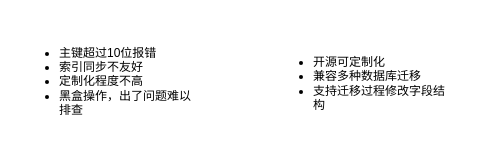
easyhaloo/config keeps this draw.io diagram as diff.drawio. Above is the earlier version. Source tidied: cells renumbered, new cells numbered last; positions are measured from the earlier drawing's top-left corner, leaving out a move shared by most shapes. Both pictures are drawn from the tidied source at 100%, with x=0, y=0 at pixel (17, 17).
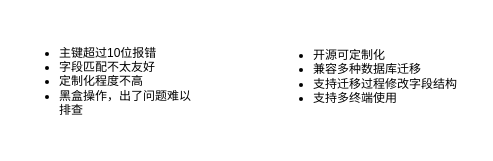
After the change.

Change to the diagram source:
```diff
@@
 <mxGraphModel>
   <root>
     <mxCell id="0" />
     <mxCell id="1" parent="0" />
-    <mxCell id="2" value="&lt;ul&gt;&lt;li&gt;开源可定制化&lt;/li&gt;&lt;li&gt;兼容多种数据库迁移&lt;/li&gt;&lt;li&gt;支持迁移过程修改字段结构&lt;/li&gt;&lt;/ul&gt;" style="text;strokeColor=none;fillColor=none;html=1;whiteSpace=wrap;verticalAlign=middle;overflow=hidden;" parent="1" vertex="1">
-      <mxGeometry x="254" y="23.5" width="185" height="84.5" as="geometry" />
+    <mxCell id="2" value="&lt;ul&gt;&lt;li&gt;开源可定制化&lt;/li&gt;&lt;li&gt;兼容多种数据库迁移&lt;/li&gt;&lt;li&gt;支持迁移过程修改字段结构&lt;/li&gt;&lt;li&gt;支持多终端使用&lt;/li&gt;&lt;/ul&gt;" style="text;strokeColor=none;fillColor=none;html=1;whiteSpace=wrap;verticalAlign=middle;overflow=hidden;" parent="1" vertex="1">
+      <mxGeometry x="254" y="16.5" width="205" height="84.5" as="geometry" />
     </mxCell>
-    <mxCell id="3" value="&lt;ul&gt;&lt;li&gt;主键超过10位报错&lt;/li&gt;&lt;li&gt;索引同步不友好&amp;nbsp;&lt;/li&gt;&lt;li&gt;定制化程度不高&lt;/li&gt;&lt;li&gt;黑盒操作，出了问题难以排查&lt;/li&gt;&lt;/ul&gt;" style="text;strokeColor=none;fillColor=none;html=1;whiteSpace=wrap;verticalAlign=middle;overflow=hidden;" parent="1" vertex="1">
+    <mxCell id="3" value="&lt;ul&gt;&lt;li&gt;主键超过10位报错&lt;/li&gt;&lt;li&gt;字段匹配不太友好&amp;nbsp;&lt;/li&gt;&lt;li&gt;定制化程度不高&lt;/li&gt;&lt;li&gt;黑盒操作，出了问题难以排查&lt;/li&gt;&lt;/ul&gt;" style="text;strokeColor=none;fillColor=none;html=1;whiteSpace=wrap;verticalAlign=middle;overflow=hidden;" parent="1" vertex="1">
       <mxGeometry width="184" height="127" as="geometry" />
     </mxCell>
   </root>
 </mxGraphModel>
```
